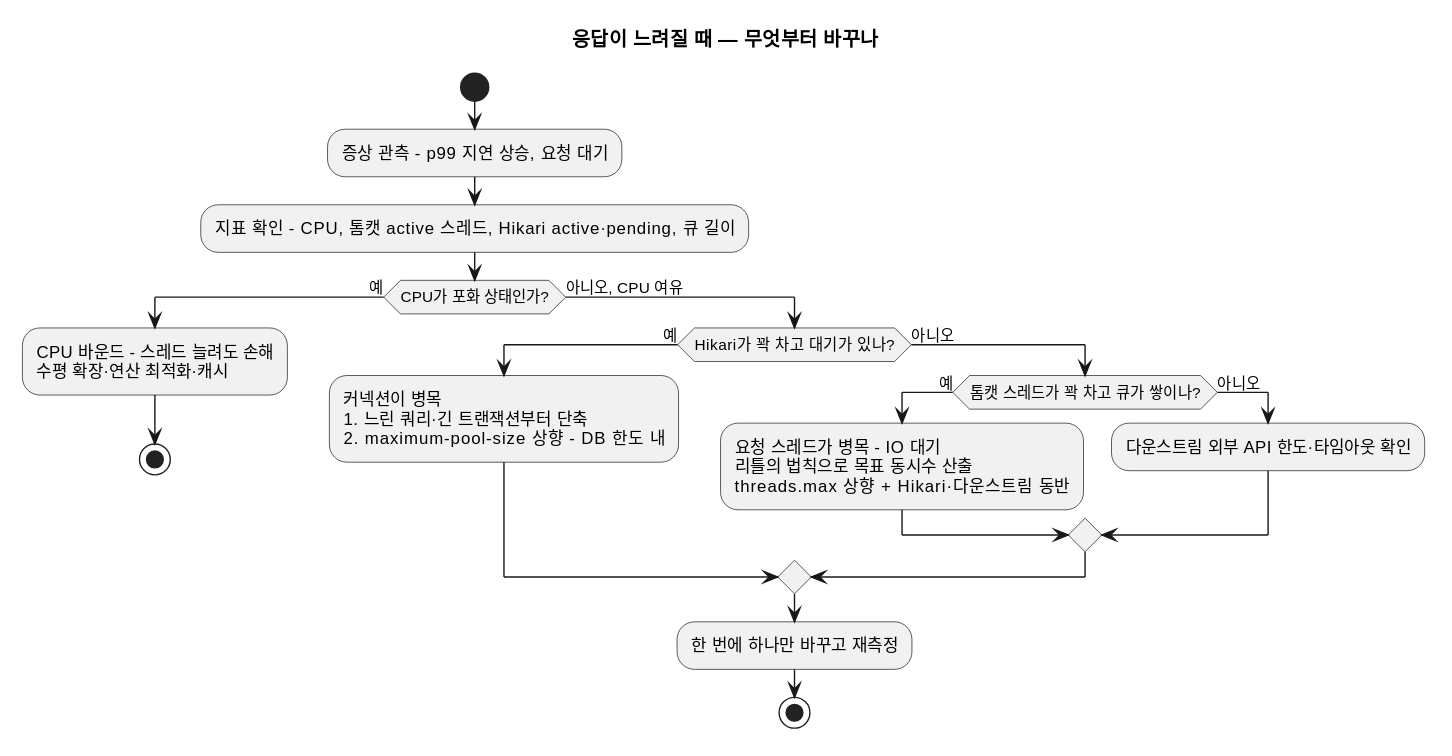
The PlantUML diagram static/img/c4/pu-threadpool-triage.svg in johnycho/johny-dev, before a commit. The source it was exported from:
```plantuml
@startuml
title 응답이 느려질 때 — 무엇부터 바꾸나
start
:증상 관측 - p99 지연 상승, 요청 대기;
:지표 확인 - CPU, 톰캣 active 스레드, Hikari active·pending, 큐 길이;
if (CPU가 포화 상태인가?) then (예)
  :CPU 바운드 - 스레드 늘려도 손해\n수평 확장·연산 최적화·캐시;
  stop
else (아니오, CPU 여유)
  if (Hikari가 꽉 차고 대기가 있나?) then (예)
    :커넥션이 병목\n1. 느린 쿼리·긴 트랜잭션부터 단축\n2. maximum-pool-size 상향 - DB 한도 내;
  else (아니오)
    if (톰캣 스레드가 꽉 차고 큐가 쌓이나?) then (예)
      :요청 스레드가 병목 - IO 대기\n리틀의 법칙으로 목표 동시수 산출\nthreads.max 상향 + Hikari·다운스트림 동반;
    else (아니오)
      :다운스트림 외부 API 한도·타임아웃 확인;
    endif
  endif
  :한 번에 하나만 바꾸고 재측정;
  stop
endif
@enduml
```
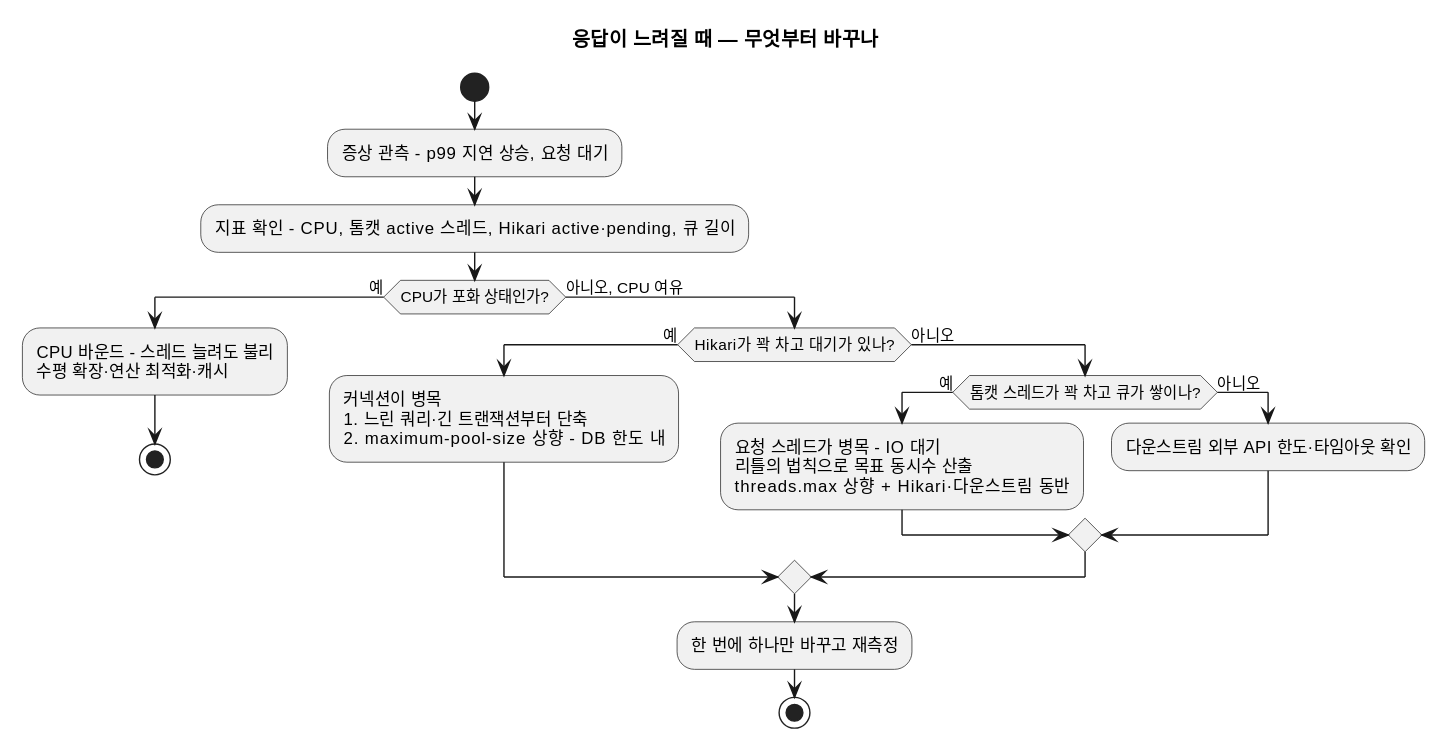
The same diagram one commit later.

What changed in the source:
```diff
@@ -4,7 +4,7 @@
 :증상 관측 - p99 지연 상승, 요청 대기;
 :지표 확인 - CPU, 톰캣 active 스레드, Hikari active·pending, 큐 길이;
 if (CPU가 포화 상태인가?) then (예)
-  :CPU 바운드 - 스레드 늘려도 손해\n수평 확장·연산 최적화·캐시;
+  :CPU 바운드 - 스레드 늘려도 불리\n수평 확장·연산 최적화·캐시;
   stop
 else (아니오, CPU 여유)
   if (Hikari가 꽉 차고 대기가 있나?) then (예)
```
